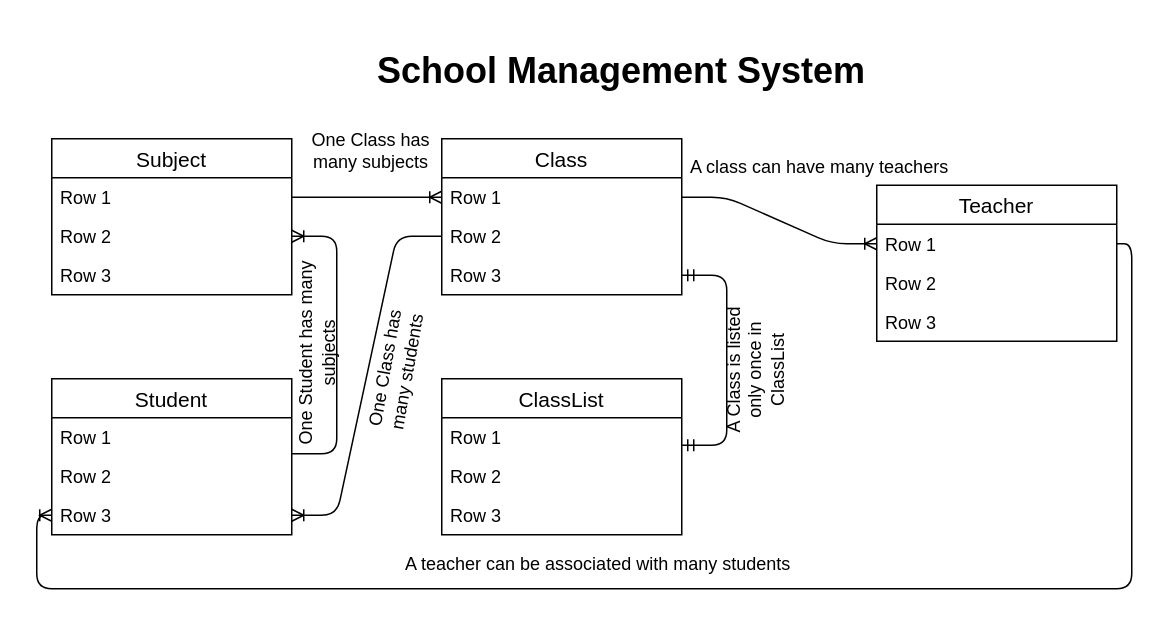
Above: SQL/SchoolManagementSystem.drawio in learninguser/EdYoda-HTML-CSS-Modules (draw.io), before the change. Source tidied: cells renumbered, new cells numbered last; positions are measured from the earlier drawing's top-left corner, leaving out a move shared by most shapes. Both pictures are drawn from the tidied source at 150%, with x=0, y=0 at pixel (36, 33).
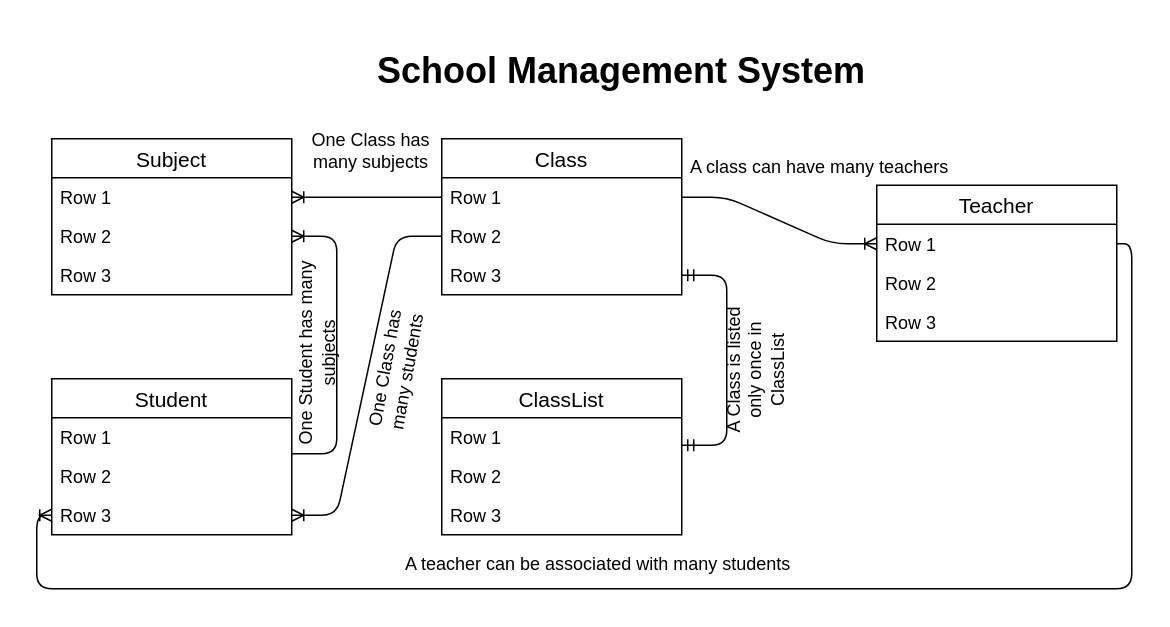
Above is the later version.

Unchanged cells that the change refers to:
```xml
<mxCell id="3" value="Row 1" style="text;strokeColor=none;fillColor=none;spacingLeft=4;spacingRight=4;overflow=hidden;points=[[0,0.5],[1,0.5]];portConstraint=eastwest;fontSize=12;" parent="2" vertex="1">
  <mxGeometry y="26" width="160" height="26" as="geometry" />
</mxCell>
<mxCell id="11" value="Row 1" style="text;strokeColor=none;fillColor=none;spacingLeft=4;spacingRight=4;overflow=hidden;points=[[0,0.5],[1,0.5]];portConstraint=eastwest;fontSize=12;" parent="10" vertex="1">
  <mxGeometry y="26" width="160" height="26" as="geometry" />
</mxCell>
```

What changed in the source:
```diff
@@
-    <mxCell id="22" style="edgeStyle=entityRelationEdgeStyle;fontSize=12;html=1;endArrow=ERoneToMany;entryX=0;entryY=0.5;entryDx=0;entryDy=0;exitX=1;exitY=0.5;exitDx=0;exitDy=0;" parent="1" edge="1" source="3" target="11">
+    <mxCell id="22" style="fontSize=12;html=1;endArrow=ERoneToMany;exitX=0;exitY=0.5;exitDx=0;exitDy=0;" parent="1" edge="1" source="11" target="3">
       <mxGeometry relative="1" as="geometry" />
     </mxCell>
```
